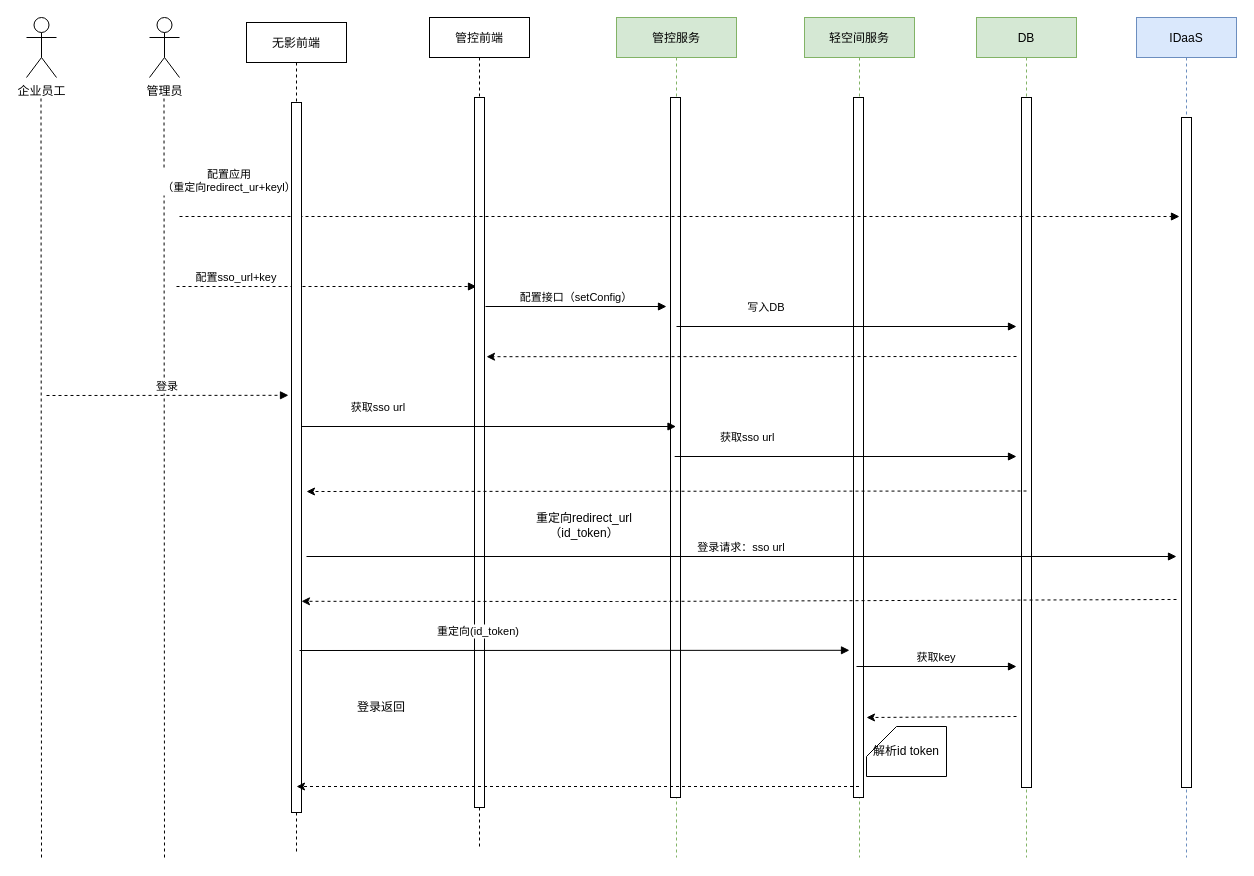
Above: Idaas_flow.drawio in chenkangzeng/appstreaming (draw.io), before the change. Source tidied: cells renumbered, new cells numbered last; positions are measured from the earlier drawing's top-left corner, leaving out a move shared by most shapes. Both pictures are drawn from the tidied source at 100%, with x=0, y=0 at pixel (26, 17).
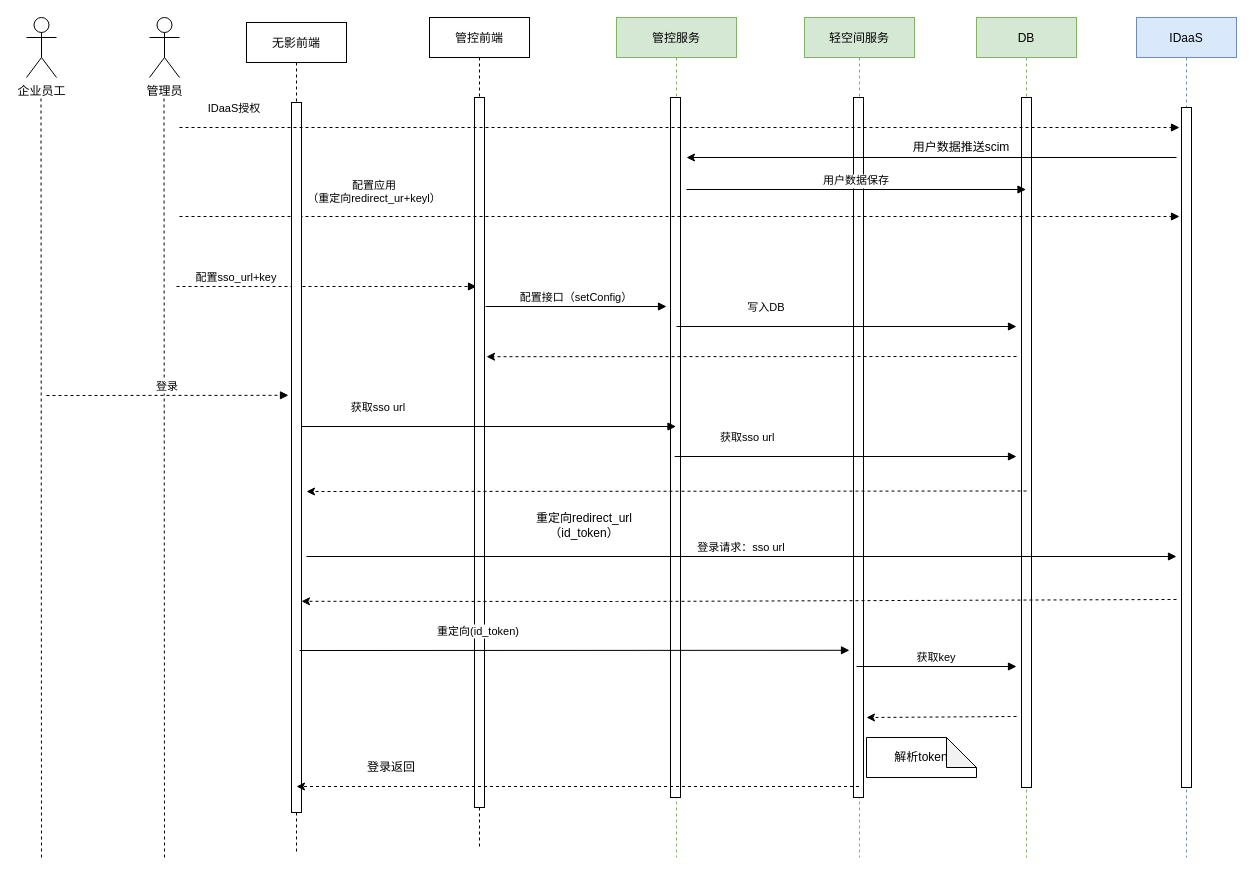
Above is the later version.

The change refers to these unchanged cells:
```xml
<mxCell id="16" value="IDaaS" style="shape=umlLifeline;perimeter=lifelinePerimeter;rounded=0;shadow=0;strokeWidth=1;fillColor=#dae8fc;strokeColor=#6c8ebf;" parent="1" vertex="1">
  <mxGeometry x="1110" width="100" height="840" as="geometry" />
</mxCell>
```

What changed in the source:
```diff
@@
     <mxCell id="17" style="perimeter=orthogonalPerimeter;rounded=0;shadow=0;strokeWidth=1;" parent="16" vertex="1">
-      <mxGeometry x="45" y="100" width="10" height="670" as="geometry" />
+      <mxGeometry x="45" y="90" width="10" height="680" as="geometry" />
     </mxCell>
@@
     <mxCell id="21" value="配置应用&#10;（重定向redirect_ur+keyl）" style="verticalAlign=bottom;endArrow=block;shadow=0;strokeWidth=1;dashed=1;" parent="1" edge="1">
-      <mxGeometry x="-0.9" y="20" relative="1" as="geometry">
+      <mxGeometry x="-0.61" y="9" relative="1" as="geometry">
         <mxPoint x="153" y="199" as="sourcePoint" />
         <mxPoint x="1153" y="199" as="targetPoint" />
       </mxGeometry>
     </mxCell>
@@
-    <mxCell id="31" value="解析id token" style="shape=card;whiteSpace=wrap;html=1;" parent="1" vertex="1">
-      <mxGeometry x="840" y="709" width="80" height="50" as="geometry" />
-    </mxCell>
@@
     <mxCell id="33" value="登录返回" style="text;html=1;strokeColor=none;fillColor=none;align=center;verticalAlign=middle;whiteSpace=wrap;rounded=0;" parent="1" vertex="1">
-      <mxGeometry x="320" y="680" width="70" height="20" as="geometry" />
+      <mxGeometry x="330" y="740" width="70" height="20" as="geometry" />
     </mxCell>
@@
+    <mxCell id="36" value="解析token" style="shape=note;whiteSpace=wrap;html=1;backgroundOutline=1;darkOpacity=0.05;" parent="1" vertex="1">
+      <mxGeometry x="840" y="720" width="110" height="40" as="geometry" />
+    </mxCell>
+    <mxCell id="37" value="IDaaS授权" style="verticalAlign=bottom;endArrow=block;shadow=0;strokeWidth=1;dashed=1;" parent="1" edge="1">
+      <mxGeometry x="-0.89" y="10" relative="1" as="geometry">
+        <mxPoint x="153" y="110" as="sourcePoint" />
+        <mxPoint x="1153" y="110" as="targetPoint" />
+      </mxGeometry>
+    </mxCell>
+    <mxCell id="38" style="endArrow=classic;html=1;" parent="1" edge="1">
+      <mxGeometry relative="1" as="geometry">
+        <mxPoint x="1150" y="140" as="sourcePoint" />
+        <mxPoint x="660" y="140" as="targetPoint" />
+      </mxGeometry>
+    </mxCell>
+    <mxCell id="39" value="用户数据推送scim" style="text;html=1;strokeColor=none;fillColor=none;align=center;verticalAlign=middle;whiteSpace=wrap;rounded=0;" parent="1" vertex="1">
+      <mxGeometry x="860" y="120" width="150" height="20" as="geometry" />
+    </mxCell>
+    <mxCell id="40" value="用户数据保存" style="verticalAlign=bottom;endArrow=block;shadow=0;strokeWidth=1;" parent="1" edge="1">
+      <mxGeometry relative="1" as="geometry">
+        <mxPoint x="660" y="172" as="sourcePoint" />
+        <mxPoint x="999.5" y="172" as="targetPoint" />
+      </mxGeometry>
+    </mxCell>
```
